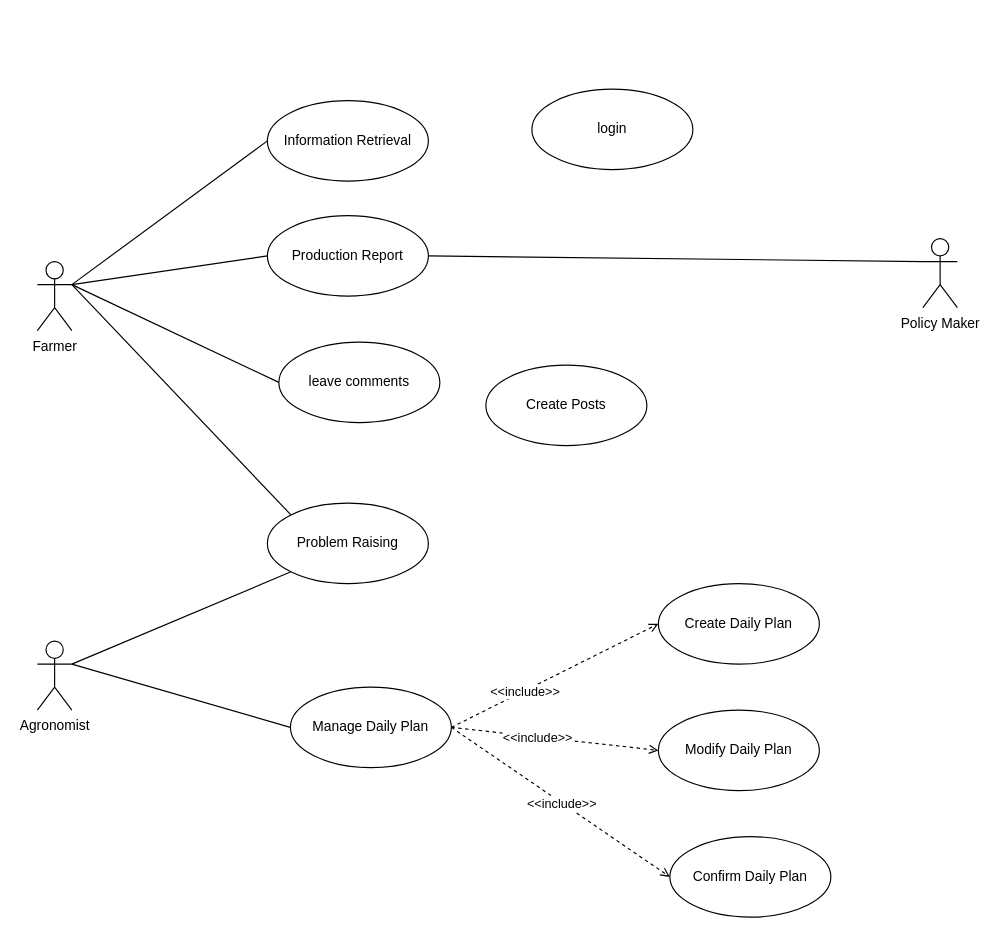
Above: page "Users" (2 of 4) of RASD/diagrams/UseCaseModel.drawio in ictar/DREAM-SE2-Project-2022 (draw.io), before the change. Source tidied: cells renumbered, new cells numbered last; positions are measured from the earlier drawing's top-left corner, leaving out a move shared by most shapes. Both pictures are drawn from the tidied source at 115%, with x=0, y=0 at pixel (37, 89).
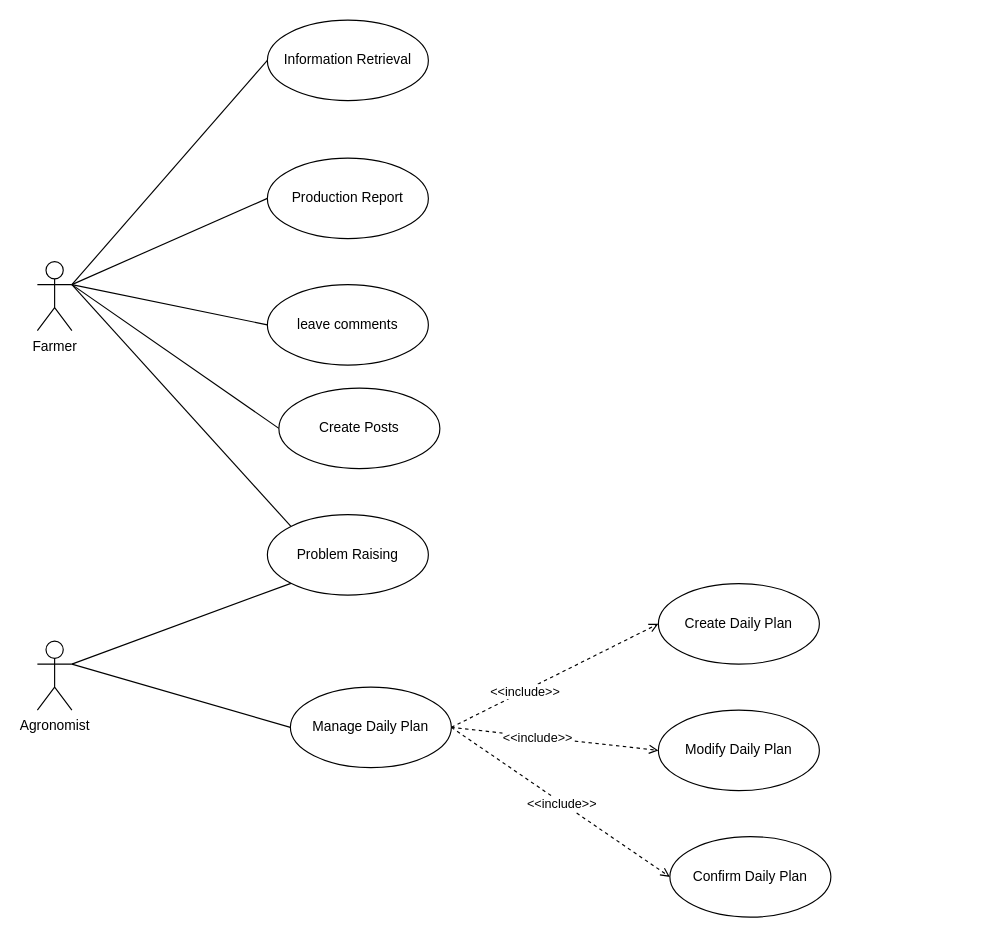
After the change.

The change refers to these unchanged cells:
```xml
<mxCell id="6" value="Farmer" style="shape=umlActor;verticalLabelPosition=bottom;verticalAlign=top;html=1;" parent="1" vertex="1">
  <mxGeometry y="150" width="30" height="60" as="geometry" />
</mxCell>
```

Change to the diagram source:
```diff
@@
+    <mxCell id="28" style="edgeStyle=none;rounded=0;jettySize=auto;html=1;exitX=1;exitY=0.3333333333333333;exitDx=0;exitDy=0;exitPerimeter=0;entryX=0;entryY=0.5;entryDx=0;entryDy=0;endArrow=none;endFill=0;" parent="1" edge="1" source="6" target="26">
+      <mxGeometry relative="1" as="geometry" />
+    </mxCell>
@@
     <mxCell id="7" value="Information Retrieval" style="ellipse;whiteSpace=wrap;html=1;" parent="1" vertex="1">
-      <mxGeometry x="200" y="10" width="140" height="70" as="geometry" />
+      <mxGeometry x="200" y="-60" width="140" height="70" as="geometry" />
     </mxCell>
     <mxCell id="8" value="Production Report" style="ellipse;whiteSpace=wrap;html=1;" parent="1" vertex="1">
-      <mxGeometry x="200" y="110" width="140" height="70" as="geometry" />
+      <mxGeometry x="200" y="60" width="140" height="70" as="geometry" />
     </mxCell>
     <mxCell id="9" value="Problem Raising" style="ellipse;whiteSpace=wrap;html=1;" parent="1" vertex="1">
-      <mxGeometry x="200" y="360" width="140" height="70" as="geometry" />
+      <mxGeometry x="200" y="370" width="140" height="70" as="geometry" />
     </mxCell>
     <mxCell id="10" value="leave comments" style="ellipse;whiteSpace=wrap;html=1;" parent="1" vertex="1">
-      <mxGeometry x="210" y="220" width="140" height="70" as="geometry" />
+      <mxGeometry x="200" y="170" width="140" height="70" as="geometry" />
     </mxCell>
@@
-    <mxCell id="24" style="edgeStyle=none;rounded=0;jettySize=auto;html=1;exitX=0;exitY=0.3333333333333333;exitDx=0;exitDy=0;exitPerimeter=0;entryX=1;entryY=0.5;entryDx=0;entryDy=0;endArrow=none;endFill=0;" parent="1" edge="1" source="25" target="8">
-      <mxGeometry relative="1" as="geometry" />
-    </mxCell>
-    <mxCell id="25" value="Policy Maker" style="shape=umlActor;verticalLabelPosition=bottom;verticalAlign=top;html=1;" parent="1" vertex="1">
-      <mxGeometry x="770" y="130" width="30" height="60" as="geometry" />
-    </mxCell>
     <mxCell id="26" value="Create Posts" style="ellipse;whiteSpace=wrap;html=1;" parent="1" vertex="1">
-      <mxGeometry x="390" y="240" width="140" height="70" as="geometry" />
+      <mxGeometry x="210" y="260" width="140" height="70" as="geometry" />
     </mxCell>
-    <mxCell id="27" value="login" style="ellipse;whiteSpace=wrap;html=1;" parent="1" vertex="1">
-      <mxGeometry x="430" width="140" height="70" as="geometry" />
-    </mxCell>
```
